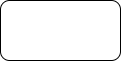
Before: pic/Agent ReAct模式流程图.drawio.png, a diagram exported from draw.io (guxdong/imgrepo). Source tidied: cells renumbered, new cells last; positions are measured from the earlier drawing's top-left corner, leaving out a move shared by most shapes. The source it was exported from:
```xml
<mxGraphModel>
  <root>
    <mxCell id="0" />
    <mxCell id="1" parent="0" />
    <mxCell id="2" style="rounded=1;whiteSpace=wrap;html=1;" parent="1" vertex="1">
      <mxGeometry width="120" height="60" as="geometry" />
    </mxCell>
  </root>
</mxGraphModel>
```
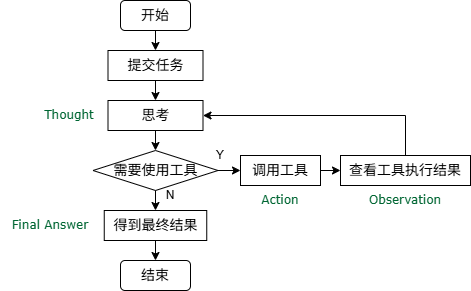
Above is the later version.

Commit message:
更新Agent ReAct模式流程图.drawio.png

What changed in the source:
```diff
@@ -2,8 +2,71 @@
   <root>
     <mxCell id="0" />
     <mxCell id="1" parent="0" />
-    <mxCell id="2" style="rounded=1;whiteSpace=wrap;html=1;" parent="1" vertex="1">
-      <mxGeometry width="120" height="60" as="geometry" />
+    <mxCell id="2" value="开始" style="rounded=1;whiteSpace=wrap;html=1;fontFamily=Verdana;fontSize=14;" parent="1" vertex="1">
+      <mxGeometry width="70" height="30" as="geometry" />
     </mxCell>
+    <mxCell id="3" value="提交任务" style="rounded=0;whiteSpace=wrap;html=1;fontFamily=Verdana;fontSize=14;" parent="1" vertex="1">
+      <mxGeometry x="-12.5" y="50" width="95" height="30" as="geometry" />
+    </mxCell>
+    <mxCell id="4" value="需要使用工具" style="rhombus;whiteSpace=wrap;html=1;fontFamily=Verdana;fontSize=14;" parent="1" vertex="1">
+      <mxGeometry x="-27.5" y="150" width="125" height="40" as="geometry" />
+    </mxCell>
+    <mxCell id="5" value="思考" style="rounded=0;whiteSpace=wrap;html=1;fontFamily=Verdana;fontSize=14;" parent="1" vertex="1">
+      <mxGeometry x="-12.5" y="100" width="95" height="30" as="geometry" />
+    </mxCell>
+    <mxCell id="6" value="调用工具" style="rounded=0;whiteSpace=wrap;html=1;fontFamily=Verdana;fontSize=14;" parent="1" vertex="1">
+      <mxGeometry x="120" y="155" width="80" height="30" as="geometry" />
+    </mxCell>
+    <mxCell id="7" value="查看工具执行结果" style="rounded=0;whiteSpace=wrap;html=1;fontFamily=Verdana;fontSize=14;" parent="1" vertex="1">
+      <mxGeometry x="220" y="155" width="130" height="30" as="geometry" />
+    </mxCell>
+    <mxCell id="8" value="得到最终结果" style="rounded=0;whiteSpace=wrap;html=1;fontFamily=Verdana;fontSize=14;" parent="1" vertex="1">
+      <mxGeometry x="-16.2" y="210" width="102.5" height="30" as="geometry" />
+    </mxCell>
+    <mxCell id="9" value="结束" style="rounded=1;whiteSpace=wrap;html=1;fontFamily=Verdana;fontSize=14;" parent="1" vertex="1">
+      <mxGeometry y="260" width="70" height="30" as="geometry" />
+    </mxCell>
+    <mxCell id="10" value="&lt;font face=&quot;Verdana&quot; style=&quot;color: rgb(0, 102, 51);&quot;&gt;Thought&lt;/font&gt;" style="text;html=1;whiteSpace=wrap;strokeColor=none;fillColor=none;align=center;verticalAlign=middle;rounded=0;" parent="1" vertex="1">
+      <mxGeometry x="-86.2" y="100" width="70" height="30" as="geometry" />
+    </mxCell>
+    <mxCell id="11" value="&lt;font face=&quot;Verdana&quot; style=&quot;color: rgb(0, 102, 51);&quot;&gt;Action&lt;/font&gt;" style="text;html=1;whiteSpace=wrap;strokeColor=none;fillColor=none;align=center;verticalAlign=middle;rounded=0;" parent="1" vertex="1">
+      <mxGeometry x="130" y="185" width="60" height="30" as="geometry" />
+    </mxCell>
+    <mxCell id="12" value="&lt;font face=&quot;Verdana&quot; style=&quot;color: rgb(0, 102, 51);&quot;&gt;Observation&lt;/font&gt;" style="text;html=1;whiteSpace=wrap;strokeColor=none;fillColor=none;align=center;verticalAlign=middle;rounded=0;" parent="1" vertex="1">
+      <mxGeometry x="235" y="185" width="100" height="30" as="geometry" />
+    </mxCell>
+    <mxCell id="13" value="&lt;font face=&quot;Verdana&quot; style=&quot;color: rgb(0, 102, 51);&quot;&gt;Final Answer&lt;/font&gt;" style="text;html=1;whiteSpace=wrap;strokeColor=none;fillColor=none;align=center;verticalAlign=middle;rounded=0;" parent="1" vertex="1">
+      <mxGeometry x="-120" y="210" width="100" height="30" as="geometry" />
+    </mxCell>
+    <mxCell id="14" style="endArrow=classic;html=1;rounded=0;exitX=0.5;exitY=1;exitDx=0;exitDy=0;entryX=0.5;entryY=0;entryDx=0;entryDy=0;" parent="1" edge="1" source="2" target="3">
+      <mxGeometry relative="1" as="geometry" />
+    </mxCell>
+    <mxCell id="15" style="endArrow=classic;html=1;rounded=0;exitX=0.5;exitY=1;exitDx=0;exitDy=0;entryX=0.5;entryY=0;entryDx=0;entryDy=0;" parent="1" edge="1" source="3" target="5">
+      <mxGeometry relative="1" as="geometry" />
+    </mxCell>
+    <mxCell id="16" style="endArrow=classic;html=1;rounded=0;exitX=0.5;exitY=1;exitDx=0;exitDy=0;entryX=0.5;entryY=0;entryDx=0;entryDy=0;" parent="1" edge="1" source="5" target="4">
+      <mxGeometry relative="1" as="geometry" />
+    </mxCell>
+    <mxCell id="17" style="endArrow=classic;html=1;rounded=0;exitX=0.5;exitY=1;exitDx=0;exitDy=0;entryX=0.5;entryY=0;entryDx=0;entryDy=0;" parent="1" edge="1" source="4" target="8">
+      <mxGeometry relative="1" as="geometry" />
+    </mxCell>
+    <mxCell id="18" style="endArrow=classic;html=1;rounded=0;exitX=1;exitY=0.5;exitDx=0;exitDy=0;entryX=0;entryY=0.5;entryDx=0;entryDy=0;" parent="1" edge="1" source="4" target="6">
+      <mxGeometry relative="1" as="geometry" />
+    </mxCell>
+    <mxCell id="19" style="endArrow=classic;html=1;rounded=0;entryX=0;entryY=0.5;entryDx=0;entryDy=0;exitX=1;exitY=0.5;exitDx=0;exitDy=0;" parent="1" edge="1" source="6" target="7">
+      <mxGeometry relative="1" as="geometry" />
+    </mxCell>
+    <mxCell id="20" style="endArrow=classic;html=1;rounded=0;exitX=0.5;exitY=0;exitDx=0;exitDy=0;entryX=1;entryY=0.5;entryDx=0;entryDy=0;edgeStyle=orthogonalEdgeStyle;" parent="1" edge="1" source="7" target="5">
+      <mxGeometry relative="1" as="geometry" />
+    </mxCell>
+    <mxCell id="21" style="endArrow=classic;html=1;rounded=0;exitX=0.5;exitY=1;exitDx=0;exitDy=0;entryX=0.5;entryY=0;entryDx=0;entryDy=0;" parent="1" edge="1" source="8" target="9">
+      <mxGeometry relative="1" as="geometry" />
+    </mxCell>
+    <mxCell id="22" value="N" style="text;html=1;whiteSpace=wrap;strokeColor=none;fillColor=none;align=center;verticalAlign=middle;rounded=0;" parent="1" vertex="1">
+      <mxGeometry x="35" y="180" width="30" height="30" as="geometry" />
+    </mxCell>
+    <mxCell id="23" value="Y" style="text;html=1;whiteSpace=wrap;strokeColor=none;fillColor=none;align=center;verticalAlign=middle;rounded=0;" parent="1" vertex="1">
+      <mxGeometry x="85" y="140" width="30" height="30" as="geometry" />
+    </mxCell>
   </root>
 </mxGraphModel>
```
